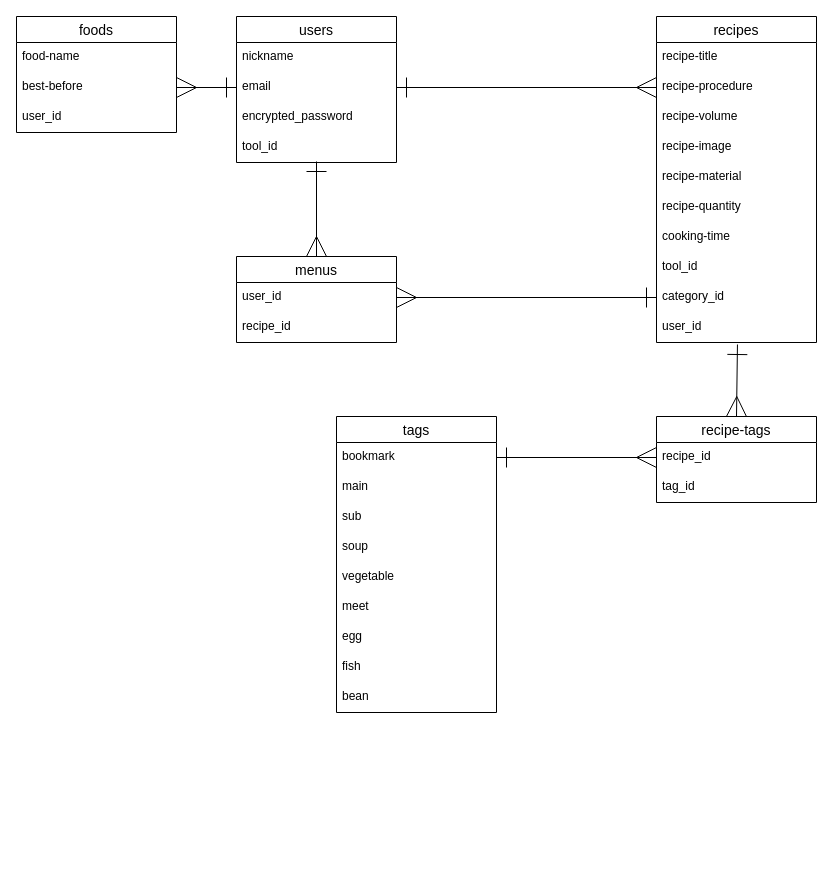
Earlier version of the draw.io diagram er.dio (mayumitanaka/original-app). Source tidied: cells renumbered, new cells numbered last; positions are measured from the earlier drawing's top-left corner, leaving out a move shared by most shapes. Both pictures are drawn from the tidied source at 100%, with x=0, y=0 at pixel (16, 16).
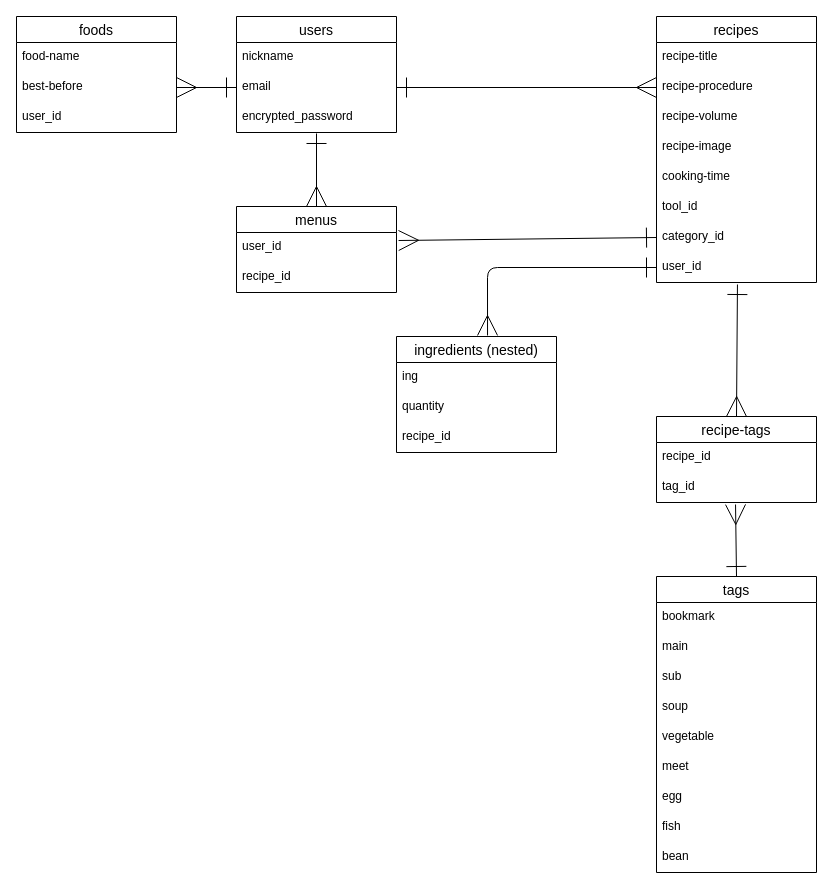
Above is the later version.

Unchanged cells that the change refers to:
```xml
<mxCell id="5" value="encrypted_password" style="text;strokeColor=none;fillColor=none;spacingLeft=4;spacingRight=4;overflow=hidden;points=[[0,0.5],[1,0.5]];portConstraint=eastwest;fontSize=12;" parent="2" vertex="1">
  <mxGeometry y="86" width="160" height="30" as="geometry" />
</mxCell>
<mxCell id="20" value="user_id" style="text;strokeColor=none;fillColor=none;spacingLeft=4;spacingRight=4;overflow=hidden;points=[[0,0.5],[1,0.5]];portConstraint=eastwest;fontSize=12;" parent="19" vertex="1">
  <mxGeometry y="26" width="160" height="30" as="geometry" />
</mxCell>
<mxCell id="28" value="recipe_id" style="text;strokeColor=none;fillColor=none;spacingLeft=4;spacingRight=4;overflow=hidden;points=[[0,0.5],[1,0.5]];portConstraint=eastwest;fontSize=12;" parent="27" vertex="1">
  <mxGeometry y="26" width="160" height="30" as="geometry" />
</mxCell>
<mxCell id="29" value="tag_id" style="text;strokeColor=none;fillColor=none;spacingLeft=4;spacingRight=4;overflow=hidden;points=[[0,0.5],[1,0.5]];portConstraint=eastwest;fontSize=12;" parent="27" vertex="1">
  <mxGeometry y="56" width="160" height="30" as="geometry" />
</mxCell>
<mxCell id="31" value="bookmark" style="text;strokeColor=none;fillColor=none;spacingLeft=4;spacingRight=4;overflow=hidden;points=[[0,0.5],[1,0.5]];portConstraint=eastwest;fontSize=12;" parent="30" vertex="1">
  <mxGeometry y="26" width="160" height="30" as="geometry" />
</mxCell>
```

Diff of the diagram source:
```diff
@@
     <mxCell id="2" value="users" style="swimlane;fontStyle=0;horizontal=1;startSize=26;align=center;fontSize=14;" parent="1" vertex="1">
-      <mxGeometry x="220" width="160" height="146" as="geometry" />
+      <mxGeometry x="220" width="160" height="116" as="geometry" />
     </mxCell>
@@
-    <mxCell id="6" value="tool_id" style="text;strokeColor=none;fillColor=none;spacingLeft=4;spacingRight=4;overflow=hidden;points=[[0,0.5],[1,0.5]];portConstraint=eastwest;fontSize=12;" parent="2" vertex="1">
-      <mxGeometry y="116" width="160" height="30" as="geometry" />
-    </mxCell>
     <mxCell id="7" value="recipes" style="swimlane;fontStyle=0;horizontal=1;startSize=26;align=center;fontSize=14;" parent="1" vertex="1">
-      <mxGeometry x="640" width="160" height="326" as="geometry" />
+      <mxGeometry x="640" width="160" height="266" as="geometry" />
     </mxCell>
@@
-    <mxCell id="12" value="recipe-material" style="text;strokeColor=none;fillColor=none;spacingLeft=4;spacingRight=4;overflow=hidden;fontSize=12;" parent="7" vertex="1">
-      <mxGeometry y="146" width="160" height="30" as="geometry" />
-    </mxCell>
-    <mxCell id="13" value="recipe-quantity" style="text;strokeColor=none;fillColor=none;spacingLeft=4;spacingRight=4;overflow=hidden;fontSize=12;" parent="7" vertex="1">
-      <mxGeometry y="176" width="160" height="30" as="geometry" />
-    </mxCell>
     <mxCell id="14" value="cooking-time" style="text;strokeColor=none;fillColor=none;spacingLeft=4;spacingRight=4;overflow=hidden;fontSize=12;" parent="7" vertex="1">
-      <mxGeometry y="206" width="160" height="30" as="geometry" />
+      <mxGeometry y="146" width="160" height="30" as="geometry" />
     </mxCell>
     <mxCell id="15" value="tool_id" style="text;strokeColor=none;fillColor=none;spacingLeft=4;spacingRight=4;overflow=hidden;fontSize=12;" parent="7" vertex="1">
-      <mxGeometry y="236" width="160" height="30" as="geometry" />
+      <mxGeometry y="176" width="160" height="30" as="geometry" />
     </mxCell>
     <mxCell id="16" value="category_id" style="text;strokeColor=none;fillColor=none;spacingLeft=4;spacingRight=4;overflow=hidden;points=[[0,0.5],[1,0.5]];portConstraint=eastwest;fontSize=12;" parent="7" vertex="1">
-      <mxGeometry y="266" width="160" height="30" as="geometry" />
+      <mxGeometry y="206" width="160" height="30" as="geometry" />
     </mxCell>
     <mxCell id="17" value="user_id" style="text;strokeColor=none;fillColor=none;spacingLeft=4;spacingRight=4;overflow=hidden;points=[[0,0.5],[1,0.5]];portConstraint=eastwest;fontSize=12;" parent="7" vertex="1">
-      <mxGeometry y="296" width="160" height="30" as="geometry" />
+      <mxGeometry y="236" width="160" height="30" as="geometry" />
     </mxCell>
-    <mxCell id="18" style="edgeStyle=none;html=1;exitX=0.5;exitY=0;exitDx=0;exitDy=0;entryX=0.5;entryY=0.967;entryDx=0;entryDy=0;entryPerimeter=0;startArrow=ERmany;startFill=0;endArrow=ERone;endFill=0;startSize=18;endSize=18;" parent="1" edge="1" source="19" target="6">
-      <mxGeometry relative="1" as="geometry" />
+    <mxCell id="18" style="edgeStyle=none;html=1;entryX=0.5;entryY=1.033;entryDx=0;entryDy=0;entryPerimeter=0;startArrow=ERmany;startFill=0;endArrow=ERone;endFill=0;startSize=18;endSize=18;" parent="1" edge="1" target="5">
+      <mxGeometry relative="1" as="geometry">
+        <mxPoint x="300" y="190" as="sourcePoint" />
+      </mxGeometry>
     </mxCell>
     <mxCell id="19" value="menus" style="swimlane;fontStyle=0;horizontal=1;startSize=26;align=center;fontSize=14;" parent="1" vertex="1">
-      <mxGeometry x="220" y="240" width="160" height="86" as="geometry" />
+      <mxGeometry x="220" y="190" width="160" height="86" as="geometry" />
     </mxCell>
@@
     <mxCell id="30" value="tags" style="swimlane;fontStyle=0;horizontal=1;startSize=26;align=center;fontSize=14;" parent="1" vertex="1">
-      <mxGeometry x="320" y="400" width="160" height="296" as="geometry" />
+      <mxGeometry x="640" y="560" width="160" height="296" as="geometry" />
     </mxCell>
@@
-    <mxCell id="42" style="edgeStyle=none;html=1;exitX=0;exitY=0.5;exitDx=0;exitDy=0;entryX=1;entryY=0.5;entryDx=0;entryDy=0;startArrow=ERmany;startFill=0;endArrow=ERone;endFill=0;startSize=18;endSize=18;" parent="1" edge="1" source="28" target="31">
+    <mxCell id="42" style="edgeStyle=none;html=1;exitX=0.494;exitY=1.067;exitDx=0;exitDy=0;entryX=0.5;entryY=0;entryDx=0;entryDy=0;startArrow=ERmany;startFill=0;endArrow=ERone;endFill=0;startSize=18;endSize=18;exitPerimeter=0;" parent="1" edge="1" source="29" target="30">
       <mxGeometry relative="1" as="geometry" />
     </mxCell>
-    <mxCell id="43" style="edgeStyle=none;html=1;exitX=1;exitY=0.5;exitDx=0;exitDy=0;entryX=0;entryY=0.5;entryDx=0;entryDy=0;startArrow=ERmany;startFill=0;endArrow=ERone;endFill=0;startSize=18;endSize=18;" parent="1" edge="1" source="20" target="16">
-      <mxGeometry relative="1" as="geometry" />
-    </mxCell>
+    <mxCell id="44" value="ingredients (nested)" style="swimlane;fontStyle=0;horizontal=1;startSize=26;align=center;fontSize=14;" parent="1" vertex="1">
+      <mxGeometry x="380" y="320" width="160" height="116" as="geometry" />
+    </mxCell>
+    <mxCell id="45" value="ing" style="text;strokeColor=none;fillColor=none;spacingLeft=4;spacingRight=4;overflow=hidden;fontSize=12;" parent="44" vertex="1">
+      <mxGeometry y="26" width="160" height="30" as="geometry" />
+    </mxCell>
+    <mxCell id="46" value="quantity" style="text;strokeColor=none;fillColor=none;spacingLeft=4;spacingRight=4;overflow=hidden;fontSize=12;" parent="44" vertex="1">
+      <mxGeometry y="56" width="160" height="30" as="geometry" />
+    </mxCell>
+    <mxCell id="47" value="recipe_id" style="text;strokeColor=none;fillColor=none;spacingLeft=4;spacingRight=4;overflow=hidden;fontSize=12;" parent="44" vertex="1">
+      <mxGeometry y="86" width="160" height="30" as="geometry" />
+    </mxCell>
+    <mxCell id="48" style="edgeStyle=none;html=1;exitX=0;exitY=0.5;exitDx=0;exitDy=0;entryX=0.569;entryY=-0.009;entryDx=0;entryDy=0;entryPerimeter=0;endArrow=ERmany;endFill=0;startArrow=ERone;startFill=0;endSize=18;startSize=18;" parent="1" edge="1" source="17" target="44">
+      <mxGeometry relative="1" as="geometry">
+        <Array as="points">
+          <mxPoint x="471" y="251" />
+        </Array>
+      </mxGeometry>
+    </mxCell>
+    <mxCell id="49" style="edgeStyle=none;html=1;exitX=0;exitY=0.5;exitDx=0;exitDy=0;entryX=1.013;entryY=0.267;entryDx=0;entryDy=0;entryPerimeter=0;startArrow=ERone;startFill=0;endArrow=ERmany;endFill=0;startSize=18;endSize=18;" parent="1" edge="1" source="16" target="20">
+      <mxGeometry relative="1" as="geometry" />
+    </mxCell>
```
